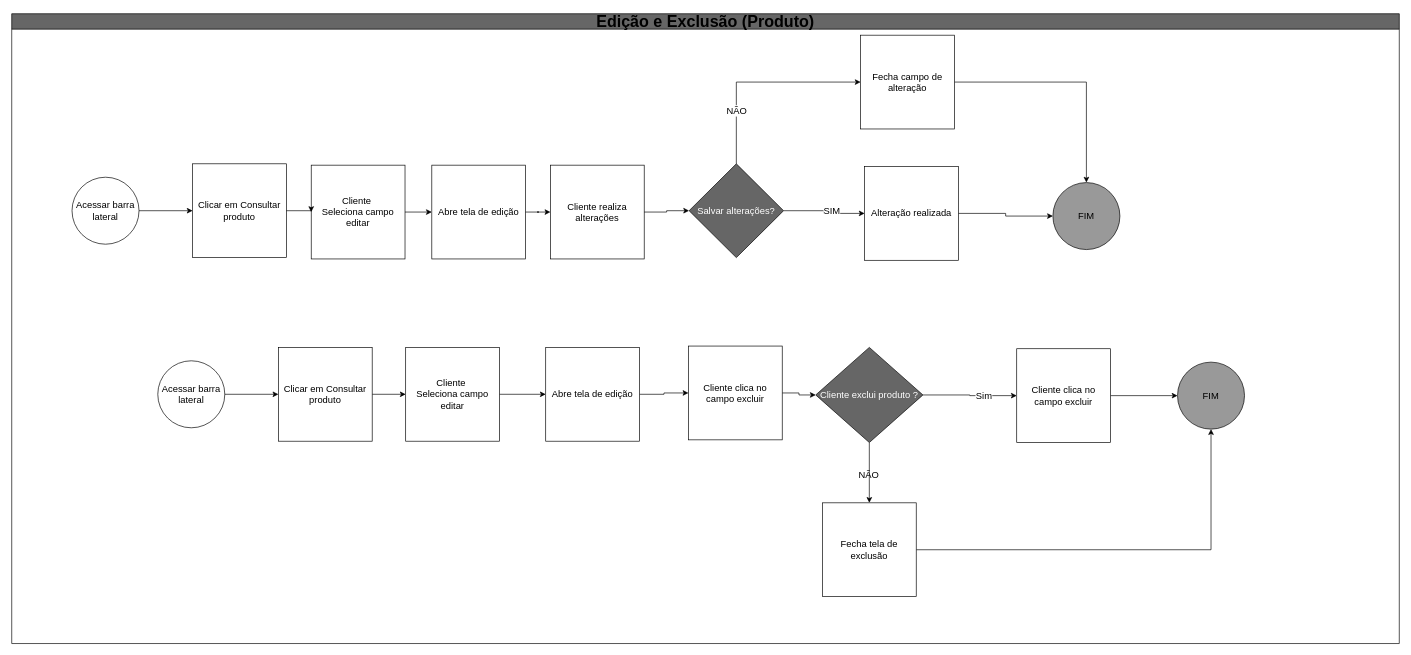
Earlier version of the draw.io diagram page "Edição e Exclusão produto" (8 of 12) of fluxogramas/YS-Fluxo.drawio (eothigas/YS_Storage). Source tidied: cells renumbered, new cells numbered last; positions are measured from the earlier drawing's top-left corner, leaving out a move shared by most shapes. Both pictures are drawn from the tidied source at 67%, with x=0, y=0 at pixel (11, 13).
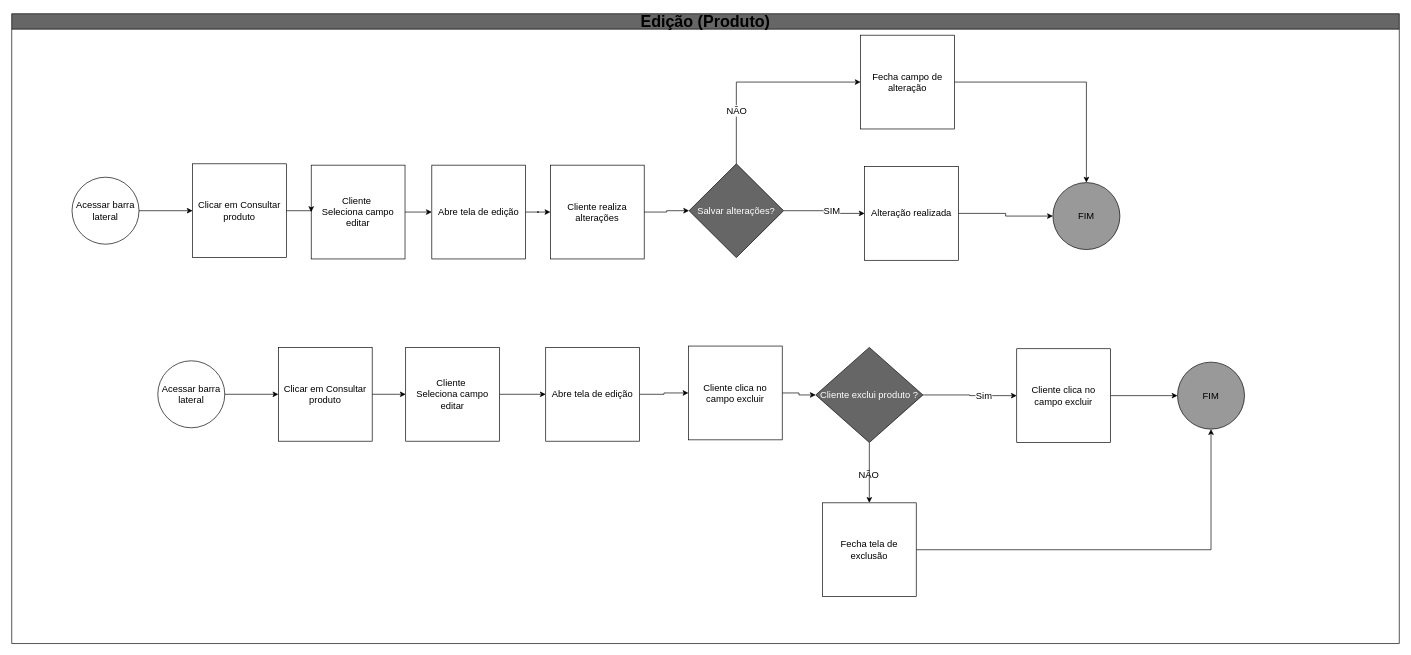
After the change.

What changed in the source:
```diff
@@
-    <mxCell id="9" value="&lt;font style=&quot;font-size: 24px;&quot;&gt;Edição e Exclusão (Produto)&lt;/font&gt;" style="swimlane;whiteSpace=wrap;html=1;fillColor=#666666;" parent="1" vertex="1">
+    <mxCell id="9" value="&lt;font style=&quot;font-size: 24px;&quot;&gt;Edição (Produto)&lt;/font&gt;" style="swimlane;whiteSpace=wrap;html=1;fillColor=#666666;" parent="1" vertex="1">
       <mxGeometry width="2071" height="940" as="geometry" />
     </mxCell>
```
